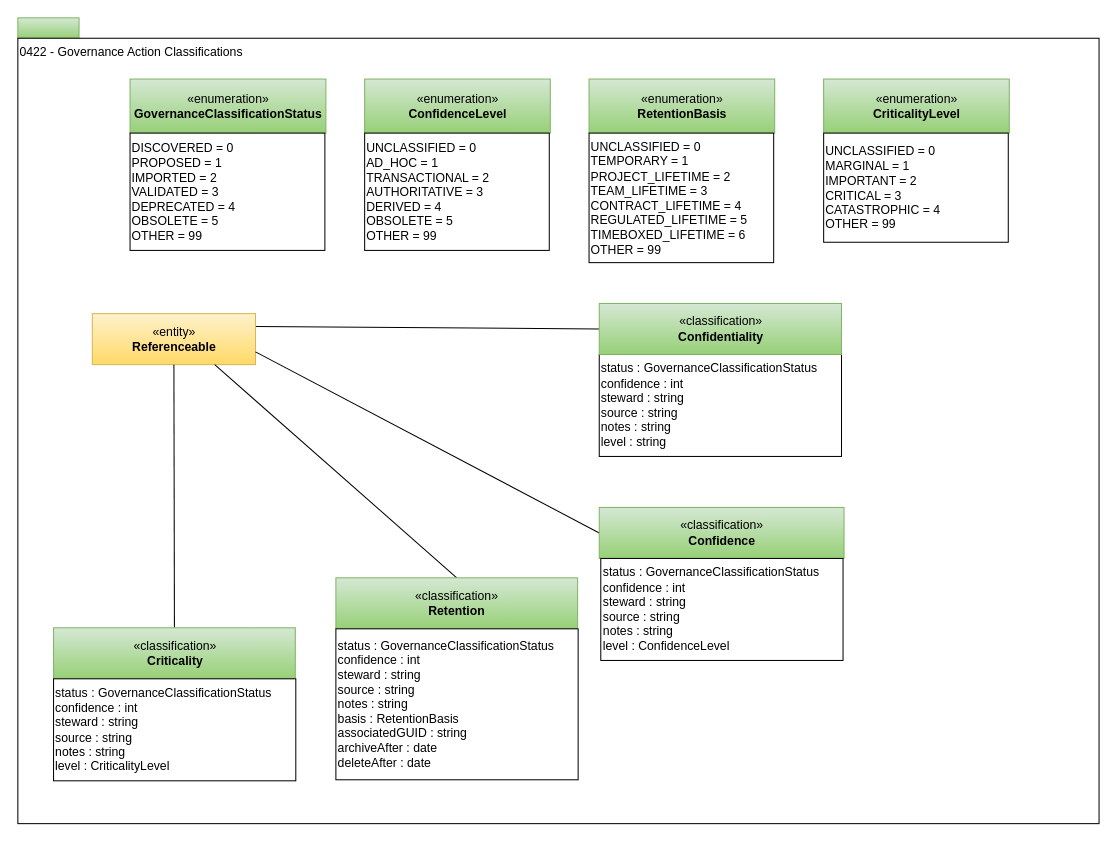
Before: page "0422-Governance-Action-Classifications" (8 of 24) of open-metadata-publication/website/open-metadata-types/area-4-governance.drawio in odpi/egeria, a draw.io diagram. Source tidied: cells renumbered, new cells numbered last; positions are measured from the earlier drawing's top-left corner, leaving out a move shared by most shapes. Both pictures are drawn from the tidied source at 102%, with x=0, y=0 at pixel (17, 17).
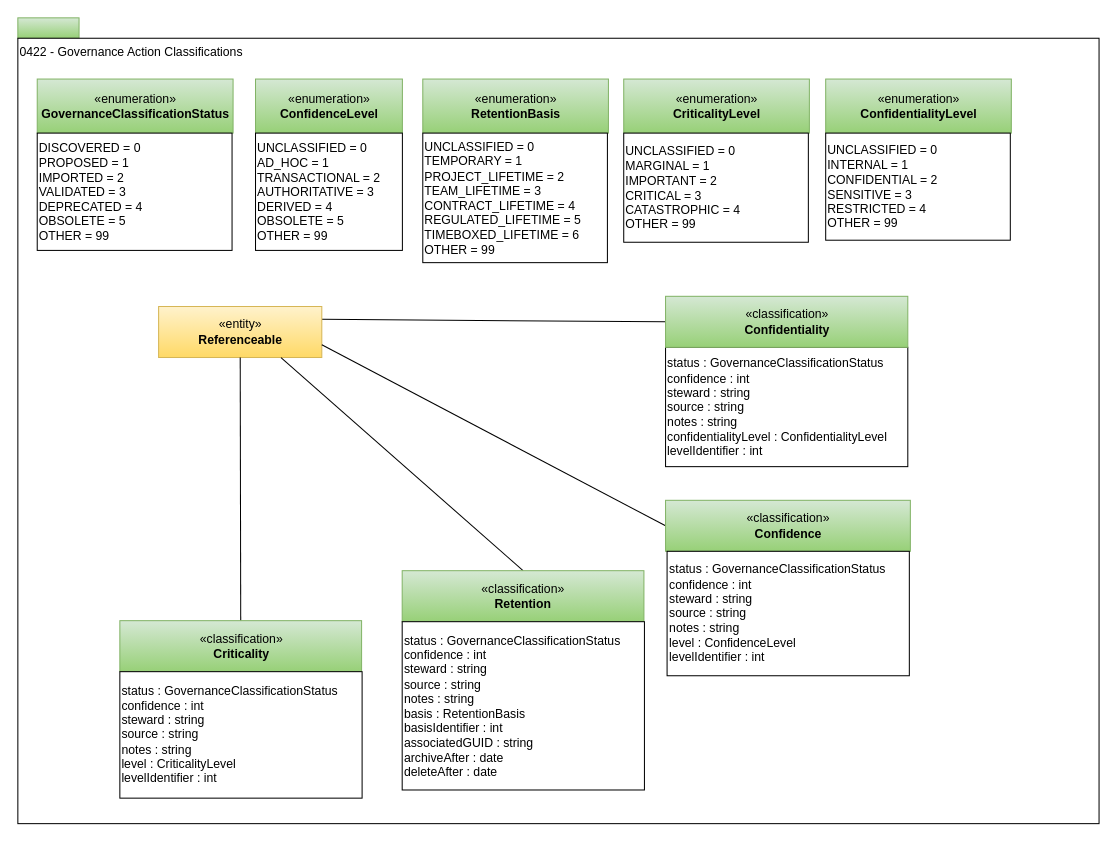
Above is the later version.

Change to the diagram source:
```diff
@@
-    <mxCell id="4" value="&lt;span&gt;status : GovernanceClassificationStatus&lt;br&gt;confidence : int&lt;br&gt;steward : string&lt;br&gt;source : string&lt;br&gt;notes : string&lt;br&gt;level : string&lt;br&gt;&lt;/span&gt;" style="rounded=0;whiteSpace=wrap;html=1;strokeColor=#000000;gradientColor=#ffffff;align=left;" parent="1" vertex="1">
-      <mxGeometry x="570" y="330" width="237.5" height="100" as="geometry" />
+    <mxCell id="4" value="&lt;span&gt;status : GovernanceClassificationStatus&lt;br&gt;confidence : int&lt;br&gt;steward : string&lt;br&gt;source : string&lt;br&gt;notes : string&lt;br&gt;confidentialityLevel : ConfidentialityLevel&lt;br&gt;levelIdentifier : int&lt;br&gt;&lt;/span&gt;" style="rounded=0;whiteSpace=wrap;html=1;strokeColor=#000000;gradientColor=#ffffff;align=left;" parent="1" vertex="1">
+      <mxGeometry x="635" y="323" width="237.5" height="117" as="geometry" />
     </mxCell>
@@
     <mxCell id="6" value="«entity»&lt;br&gt;&lt;b&gt;Referenceable&lt;/b&gt;" style="html=1;strokeColor=#d6b656;align=center;fillColor=#fff2cc;gradientColor=#ffd966;" parent="1" vertex="1">
-      <mxGeometry x="73" y="290" width="160" height="50" as="geometry" />
+      <mxGeometry x="138" y="283" width="160" height="50" as="geometry" />
     </mxCell>
     <mxCell id="7" value="«classification»&lt;br&gt;&lt;b&gt;Confidentiality&lt;/b&gt;" style="html=1;strokeColor=#82b366;align=center;fillColor=#d5e8d4;gradientColor=#97d077;" parent="1" vertex="1">
-      <mxGeometry x="570" y="280" width="237.5" height="50" as="geometry" />
+      <mxGeometry x="635" y="273" width="237.5" height="50" as="geometry" />
     </mxCell>
@@
     <mxCell id="9" value="«classification»&lt;br&gt;&lt;b&gt;Confidence&lt;/b&gt;" style="html=1;strokeColor=#82b366;align=center;fillColor=#d5e8d4;gradientColor=#97d077;" parent="1" vertex="1">
-      <mxGeometry x="570" y="480" width="240" height="50" as="geometry" />
+      <mxGeometry x="635" y="473" width="240" height="50" as="geometry" />
     </mxCell>
@@
     <mxCell id="11" value="«classification»&lt;br&gt;&lt;b&gt;Retention&lt;/b&gt;" style="html=1;strokeColor=#82b366;align=center;fillColor=#d5e8d4;gradientColor=#97d077;" parent="1" vertex="1">
-      <mxGeometry x="311.8" y="549" width="237" height="50" as="geometry" />
+      <mxGeometry x="376.8" y="542" width="237" height="50" as="geometry" />
     </mxCell>
     <mxCell id="12" value="«enumeration»&lt;br&gt;&lt;b&gt;GovernanceClassificationStatus&lt;/b&gt;" style="html=1;strokeColor=#82b366;align=center;fillColor=#d5e8d4;gradientColor=#97d077;" parent="1" vertex="1">
-      <mxGeometry x="110" y="60" width="192" height="53" as="geometry" />
+      <mxGeometry x="19" y="60" width="192" height="53" as="geometry" />
     </mxCell>
     <mxCell id="13" value="DISCOVERED = 0&lt;br&gt;PROPOSED = 1&lt;br&gt;IMPORTED = 2&lt;br&gt;VALIDATED = 3&lt;br&gt;DEPRECATED = 4&lt;br&gt;OBSOLETE = 5&lt;br&gt;OTHER = 99" style="rounded=0;whiteSpace=wrap;html=1;strokeColor=#000000;gradientColor=#ffffff;align=left;" parent="1" vertex="1">
-      <mxGeometry x="110" y="113" width="191" height="115" as="geometry" />
+      <mxGeometry x="19" y="113" width="191" height="115" as="geometry" />
     </mxCell>
     <mxCell id="14" value="«enumeration»&lt;br&gt;&lt;b&gt;ConfidenceLevel&lt;/b&gt;" style="html=1;strokeColor=#82b366;align=center;fillColor=#d5e8d4;gradientColor=#97d077;" parent="1" vertex="1">
-      <mxGeometry x="340" y="60" width="182" height="53" as="geometry" />
+      <mxGeometry x="233" y="60" width="144" height="53" as="geometry" />
     </mxCell>
     <mxCell id="15" value="UNCLASSIFIED = 0&lt;br&gt;AD_HOC = 1&lt;br&gt;TRANSACTIONAL = 2&lt;br&gt;AUTHORITATIVE = 3&lt;br&gt;DERIVED = 4&lt;br&gt;OBSOLETE = 5&lt;br&gt;OTHER = 99" style="rounded=0;whiteSpace=wrap;html=1;strokeColor=#000000;gradientColor=#ffffff;align=left;" parent="1" vertex="1">
-      <mxGeometry x="340" y="113" width="181" height="115" as="geometry" />
+      <mxGeometry x="233" y="113" width="144" height="115" as="geometry" />
     </mxCell>
     <mxCell id="16" value="«enumeration»&lt;br&gt;&lt;b&gt;RetentionBasis&lt;/b&gt;" style="html=1;strokeColor=#82b366;align=center;fillColor=#d5e8d4;gradientColor=#97d077;" parent="1" vertex="1">
-      <mxGeometry x="560" y="60" width="182" height="53" as="geometry" />
+      <mxGeometry x="397" y="60" width="182" height="53" as="geometry" />
     </mxCell>
     <mxCell id="17" value="UNCLASSIFIED = 0&lt;br&gt;TEMPORARY = 1&lt;br&gt;PROJECT_LIFETIME = 2&lt;br&gt;TEAM_LIFETIME = 3&lt;br&gt;CONTRACT_LIFETIME = 4&lt;br&gt;REGULATED_LIFETIME = 5&lt;br&gt;TIMEBOXED_LIFETIME = 6&lt;br&gt;OTHER = 99" style="rounded=0;whiteSpace=wrap;html=1;strokeColor=#000000;gradientColor=#ffffff;align=left;" parent="1" vertex="1">
-      <mxGeometry x="560" y="113" width="181" height="127" as="geometry" />
+      <mxGeometry x="397" y="113" width="181" height="127" as="geometry" />
     </mxCell>
     <mxCell id="18" value="«enumeration»&lt;br&gt;&lt;b&gt;CriticalityLevel&lt;/b&gt;" style="html=1;strokeColor=#82b366;align=center;fillColor=#d5e8d4;gradientColor=#97d077;" parent="1" vertex="1">
-      <mxGeometry x="790" y="60" width="182" height="53" as="geometry" />
+      <mxGeometry x="594" y="60" width="182" height="53" as="geometry" />
     </mxCell>
     <mxCell id="19" value="UNCLASSIFIED = 0&lt;br&gt;MARGINAL = 1&lt;br&gt;IMPORTANT = 2&lt;br&gt;CRITICAL = 3&lt;br&gt;CATASTROPHIC = 4&lt;br&gt;OTHER = 99" style="rounded=0;whiteSpace=wrap;html=1;strokeColor=#000000;gradientColor=#ffffff;align=left;" parent="1" vertex="1">
-      <mxGeometry x="790" y="113" width="181" height="107" as="geometry" />
+      <mxGeometry x="594" y="113" width="181" height="107" as="geometry" />
     </mxCell>
@@
     <mxCell id="21" value="«classification»&lt;br&gt;&lt;b&gt;Criticality&lt;/b&gt;" style="html=1;strokeColor=#82b366;align=center;fillColor=#d5e8d4;gradientColor=#97d077;" parent="1" vertex="1">
-      <mxGeometry x="35" y="598" width="237" height="50" as="geometry" />
+      <mxGeometry x="100" y="591" width="237" height="50" as="geometry" />
     </mxCell>
-    <mxCell id="22" value="&lt;span&gt;status : GovernanceClassificationStatus&lt;br&gt;confidence : int&lt;br&gt;steward : string&lt;br&gt;source : string&lt;br&gt;notes : string&lt;br&gt;level : ConfidenceLevel&lt;br&gt;&lt;/span&gt;" style="rounded=0;whiteSpace=wrap;html=1;strokeColor=#000000;gradientColor=#ffffff;align=left;" parent="1" vertex="1">
-      <mxGeometry x="571.5" y="530" width="237.5" height="100" as="geometry" />
+    <mxCell id="22" value="&lt;span&gt;status : GovernanceClassificationStatus&lt;br&gt;confidence : int&lt;br&gt;steward : string&lt;br&gt;source : string&lt;br&gt;notes : string&lt;br&gt;level : ConfidenceLevel&lt;br&gt;levelIdentifier : int&lt;br&gt;&lt;/span&gt;" style="rounded=0;whiteSpace=wrap;html=1;strokeColor=#000000;gradientColor=#ffffff;align=left;" parent="1" vertex="1">
+      <mxGeometry x="636.5" y="523" width="237.5" height="122" as="geometry" />
     </mxCell>
-    <mxCell id="23" value="&lt;span&gt;status : GovernanceClassificationStatus&lt;br&gt;confidence : int&lt;br&gt;steward : string&lt;br&gt;source : string&lt;br&gt;notes : string&lt;br&gt;basis : RetentionBasis&lt;br&gt;associatedGUID : string&lt;br&gt;archiveAfter : date&lt;br&gt;deleteAfter : date&lt;br&gt;&lt;/span&gt;" style="rounded=0;whiteSpace=wrap;html=1;strokeColor=#000000;gradientColor=#ffffff;align=left;" parent="1" vertex="1">
-      <mxGeometry x="311.8" y="599" width="237.5" height="148" as="geometry" />
+    <mxCell id="23" value="&lt;span&gt;status : GovernanceClassificationStatus&lt;br&gt;confidence : int&lt;br&gt;steward : string&lt;br&gt;source : string&lt;br&gt;notes : string&lt;br&gt;basis : RetentionBasis&lt;br&gt;basisIdentifier : int&lt;br&gt;associatedGUID : string&lt;br&gt;archiveAfter : date&lt;br&gt;deleteAfter : date&lt;br&gt;&lt;/span&gt;" style="rounded=0;whiteSpace=wrap;html=1;strokeColor=#000000;gradientColor=#ffffff;align=left;" parent="1" vertex="1">
+      <mxGeometry x="376.8" y="592" width="237.5" height="165" as="geometry" />
     </mxCell>
-    <mxCell id="24" value="&lt;span&gt;status : GovernanceClassificationStatus&lt;br&gt;confidence : int&lt;br&gt;steward : string&lt;br&gt;source : string&lt;br&gt;notes : string&lt;br&gt;level : CriticalityLevel&lt;br&gt;&lt;/span&gt;" style="rounded=0;whiteSpace=wrap;html=1;strokeColor=#000000;gradientColor=#ffffff;align=left;" parent="1" vertex="1">
-      <mxGeometry x="35" y="648" width="237.5" height="100" as="geometry" />
+    <mxCell id="24" value="&lt;span&gt;status : GovernanceClassificationStatus&lt;br&gt;confidence : int&lt;br&gt;steward : string&lt;br&gt;source : string&lt;br&gt;notes : string&lt;br&gt;level : CriticalityLevel&lt;br&gt;levelIdentifier : int&lt;br&gt;&lt;/span&gt;" style="rounded=0;whiteSpace=wrap;html=1;strokeColor=#000000;gradientColor=#ffffff;align=left;" parent="1" vertex="1">
+      <mxGeometry x="100" y="641" width="237.5" height="124" as="geometry" />
     </mxCell>
+    <mxCell id="25" value="«enumeration»&lt;br&gt;&lt;b&gt;ConfidentialityLevel&lt;/b&gt;" style="html=1;strokeColor=#82b366;align=center;fillColor=#d5e8d4;gradientColor=#97d077;" parent="1" vertex="1">
+      <mxGeometry x="792" y="60" width="182" height="53" as="geometry" />
+    </mxCell>
+    <mxCell id="26" value="UNCLASSIFIED = 0&lt;br&gt;INTERNAL = 1&lt;br&gt;CONFIDENTIAL = 2&lt;br&gt;SENSITIVE = 3&lt;br&gt;RESTRICTED = 4&lt;br&gt;OTHER = 99" style="rounded=0;whiteSpace=wrap;html=1;strokeColor=#000000;gradientColor=#ffffff;align=left;" parent="1" vertex="1">
+      <mxGeometry x="792" y="113" width="181" height="105" as="geometry" />
+    </mxCell>
```
